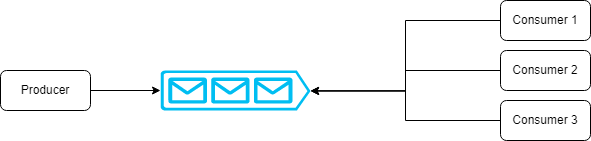
The draw.io diagram System Design/Images/Message Queue 1-pro multi-con.drawio.png in sidhant293/Essential-Algorithms, before a commit. Source tidied: cells renumbered, new cells last; positions are measured from the earlier drawing's top-left corner, leaving out a move shared by most shapes.
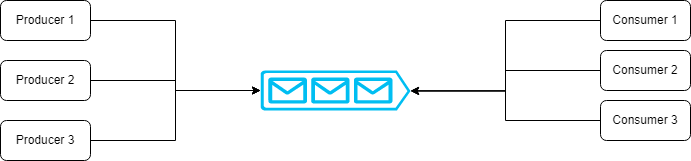
Later version of the same file.

The edit, as a diff of the source:
```diff
@@ -8,8 +8,8 @@
     <mxCell id="3" style="edgeStyle=orthogonalEdgeStyle;rounded=0;jettySize=auto;html=1;exitX=1;exitY=0.5;exitDx=0;exitDy=0;entryX=0;entryY=0.5;entryDx=0;entryDy=0;entryPerimeter=0;" parent="1" edge="1" source="4" target="2">
       <mxGeometry relative="1" as="geometry" />
     </mxCell>
-    <mxCell id="4" value="Producer" style="rounded=1;whiteSpace=wrap;html=1;fillColor=none;" parent="1" vertex="1">
-      <mxGeometry y="70" width="90" height="40" as="geometry" />
+    <mxCell id="4" value="Producer 1" style="rounded=1;whiteSpace=wrap;html=1;fillColor=none;" parent="1" vertex="1">
+      <mxGeometry x="-100" width="90" height="40" as="geometry" />
     </mxCell>
     <mxCell id="5" style="edgeStyle=orthogonalEdgeStyle;rounded=0;jettySize=auto;html=1;exitX=0;exitY=0.5;exitDx=0;exitDy=0;entryX=1;entryY=0.51;entryDx=0;entryDy=0;entryPerimeter=0;" parent="1" edge="1" source="6" target="2">
       <mxGeometry relative="1" as="geometry" />
@@ -29,5 +29,19 @@
     <mxCell id="10" value="Consumer 3" style="rounded=1;whiteSpace=wrap;html=1;fillColor=none;" parent="1" vertex="1">
       <mxGeometry x="500" y="100" width="90" height="40" as="geometry" />
     </mxCell>
+    <mxCell id="11" style="edgeStyle=orthogonalEdgeStyle;rounded=0;jettySize=auto;html=1;exitX=1;exitY=0.5;exitDx=0;exitDy=0;entryX=0;entryY=0.5;entryDx=0;entryDy=0;entryPerimeter=0;" parent="1" edge="1" source="12" target="2">
+      <mxGeometry relative="1" as="geometry" />
+    </mxCell>
+    <mxCell id="12" value="Producer 3" style="rounded=1;whiteSpace=wrap;html=1;fillColor=none;" parent="1" vertex="1">
+      <mxGeometry x="-100" y="120" width="90" height="40" as="geometry" />
+    </mxCell>
+    <mxCell id="13" style="edgeStyle=orthogonalEdgeStyle;rounded=0;jettySize=auto;html=1;exitX=1;exitY=0.5;exitDx=0;exitDy=0;" parent="1" edge="1" source="14">
+      <mxGeometry relative="1" as="geometry">
+        <mxPoint x="160" y="90" as="targetPoint" />
+      </mxGeometry>
+    </mxCell>
+    <mxCell id="14" value="Producer 2" style="rounded=1;whiteSpace=wrap;html=1;fillColor=none;" parent="1" vertex="1">
+      <mxGeometry x="-100" y="60" width="90" height="40" as="geometry" />
+    </mxCell>
   </root>
 </mxGraphModel>
```
